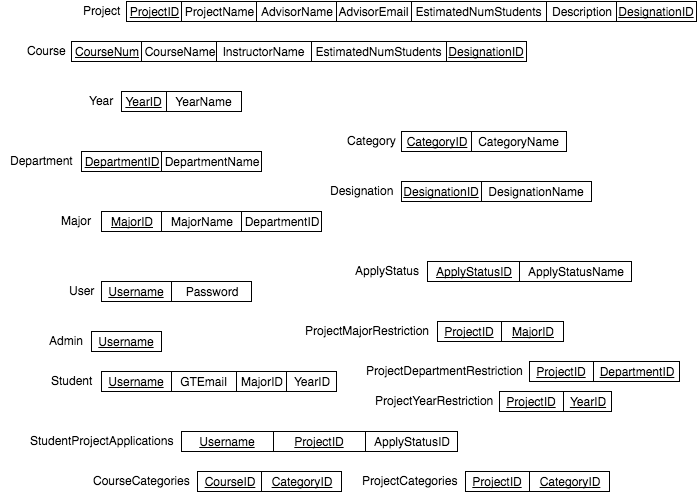
Earlier version of the draw.io export phase2/RelationalSchemaDiagram.png (lusean/CS4400-Project). Source tidied: cells renumbered, new cells last; positions are measured from the earlier drawing's top-left corner, leaving out a move shared by most shapes.
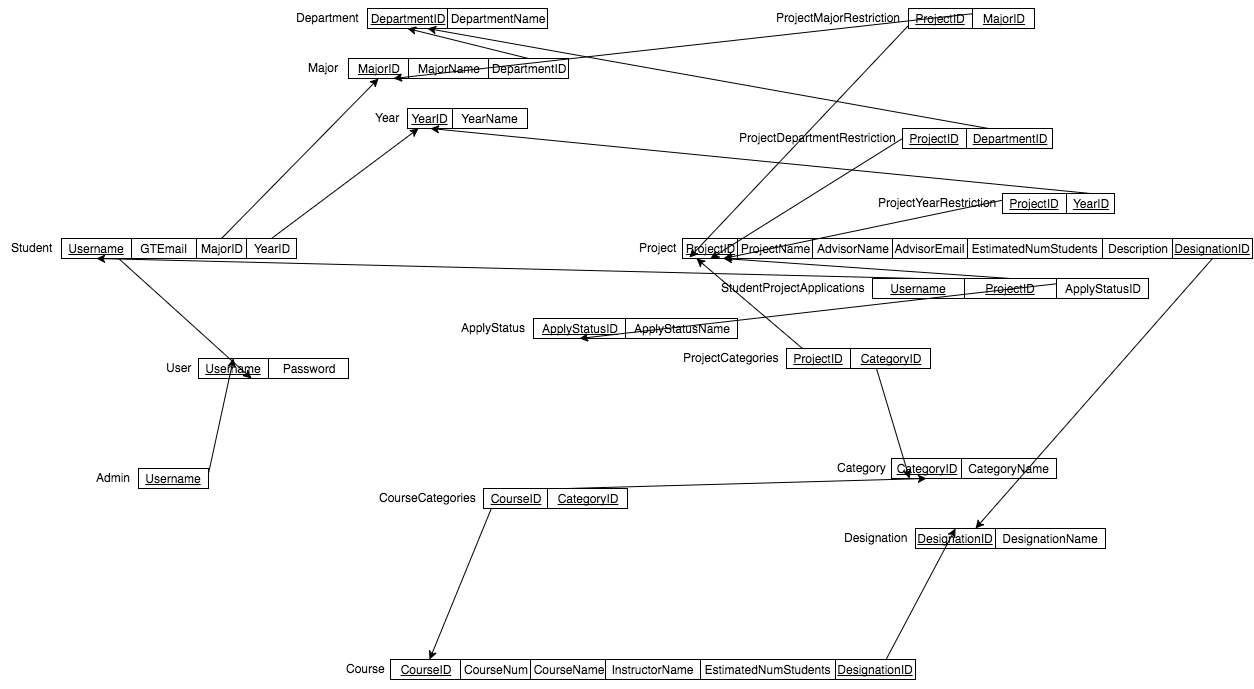
After the change.

Commit message:
update relational schema diagram with CourseID, add arrows

What changed in the source:
```diff
@@ -3,52 +3,64 @@
     <mxCell id="0" style="html=1;" />
     <mxCell id="1" style="html=1;" parent="0" />
     <mxCell id="2" value="DepartmentID" style="whiteSpace=wrap;html=1;fontStyle=4;" parent="1" vertex="1">
-      <mxGeometry x="80" y="150" width="80" height="20" as="geometry" />
+      <mxGeometry x="80" y="-10" width="80" height="20" as="geometry" />
     </mxCell>
     <mxCell id="3" value="DepartmentName" style="whiteSpace=wrap;html=1;" parent="1" vertex="1">
-      <mxGeometry x="160" y="150" width="100" height="20" as="geometry" />
+      <mxGeometry x="160" y="-10" width="100" height="20" as="geometry" />
     </mxCell>
     <mxCell id="4" value="Department" style="text;html=1;align=center;verticalAlign=top;spacingTop=-4;" parent="1" vertex="1">
-      <mxGeometry y="150" width="80" height="20" as="geometry" />
+      <mxGeometry y="-10" width="80" height="20" as="geometry" />
     </mxCell>
     <mxCell id="5" value="MajorID" style="whiteSpace=wrap;html=1;fontStyle=4;" parent="1" vertex="1">
-      <mxGeometry x="100" y="210" width="60" height="20" as="geometry" />
+      <mxGeometry x="61" y="40" width="60" height="20" as="geometry" />
     </mxCell>
     <mxCell id="6" value="MajorName" style="whiteSpace=wrap;html=1;" parent="1" vertex="1">
-      <mxGeometry x="160" y="210" width="80" height="20" as="geometry" />
+      <mxGeometry x="121" y="40" width="80" height="20" as="geometry" />
     </mxCell>
     <mxCell id="7" value="Major" style="text;html=1;align=center;verticalAlign=top;spacingTop=-4;" parent="1" vertex="1">
-      <mxGeometry x="50" y="210" width="50" height="20" as="geometry" />
+      <mxGeometry x="11" y="40" width="50" height="20" as="geometry" />
     </mxCell>
+    <mxCell id="66" style="edgeStyle=none;rounded=0;comic=0;html=1;exitX=0.5;exitY=0;entryX=0.5;entryY=1;shadow=0;startFill=0;endFill=1;jettySize=auto;fontSize=20;fontColor=#666666;" parent="1" edge="1" source="8" target="2">
+      <mxGeometry relative="1" as="geometry" />
+    </mxCell>
     <mxCell id="8" value="DepartmentID" style="whiteSpace=wrap;html=1;" parent="1" vertex="1">
-      <mxGeometry x="240" y="210" width="80" height="20" as="geometry" />
+      <mxGeometry x="201" y="40" width="80" height="20" as="geometry" />
     </mxCell>
     <mxCell id="9" value="Username" style="whiteSpace=wrap;html=1;fontStyle=4;" parent="1" vertex="1">
-      <mxGeometry x="100" y="280" width="70" height="20" as="geometry" />
+      <mxGeometry x="-89" y="340" width="70" height="20" as="geometry" />
     </mxCell>
     <mxCell id="10" value="Password" style="whiteSpace=wrap;html=1;" parent="1" vertex="1">
-      <mxGeometry x="170" y="280" width="80" height="20" as="geometry" />
+      <mxGeometry x="-19" y="340" width="80" height="20" as="geometry" />
     </mxCell>
     <mxCell id="11" value="User" style="text;html=1;align=center;verticalAlign=top;spacingTop=-4;" parent="1" vertex="1">
-      <mxGeometry x="60" y="280" width="40" height="20" as="geometry" />
+      <mxGeometry x="-129" y="340" width="40" height="20" as="geometry" />
     </mxCell>
+    <mxCell id="67" style="edgeStyle=none;rounded=0;comic=0;html=1;exitX=1;exitY=0.25;entryX=0.5;entryY=0;shadow=0;startFill=0;endFill=1;jettySize=auto;fontSize=20;fontColor=#666666;" parent="1" edge="1" source="12" target="9">
+      <mxGeometry relative="1" as="geometry" />
+    </mxCell>
     <mxCell id="12" value="Username" style="whiteSpace=wrap;html=1;fontStyle=4;" parent="1" vertex="1">
-      <mxGeometry x="90" y="330" width="70" height="20" as="geometry" />
+      <mxGeometry x="-149" y="450" width="70" height="20" as="geometry" />
     </mxCell>
     <mxCell id="13" value="Admin" style="text;html=1;align=center;verticalAlign=top;spacingTop=-4;" parent="1" vertex="1">
-      <mxGeometry x="40" y="330" width="50" height="20" as="geometry" />
+      <mxGeometry x="-199" y="450" width="50" height="20" as="geometry" />
     </mxCell>
+    <mxCell id="68" style="edgeStyle=none;rounded=0;comic=0;html=1;exitX=0.5;exitY=0;entryX=0.75;entryY=1;shadow=0;startFill=0;endFill=1;jettySize=auto;fontSize=20;fontColor=#666666;" parent="1" edge="1" source="14" target="9">
+      <mxGeometry relative="1" as="geometry" />
+    </mxCell>
     <mxCell id="14" value="Username" style="whiteSpace=wrap;html=1;fontStyle=4;" parent="1" vertex="1">
-      <mxGeometry x="100" y="370" width="70" height="20" as="geometry" />
+      <mxGeometry x="-226" y="220" width="70" height="20" as="geometry" />
     </mxCell>
     <mxCell id="15" value="Student" style="text;html=1;align=center;verticalAlign=top;spacingTop=-4;" parent="1" vertex="1">
-      <mxGeometry x="40" y="370" width="60" height="20" as="geometry" />
+      <mxGeometry x="-286" y="220" width="60" height="20" as="geometry" />
     </mxCell>
     <mxCell id="16" value="GTEmail" style="whiteSpace=wrap;html=1;" parent="1" vertex="1">
-      <mxGeometry x="170" y="370" width="65" height="20" as="geometry" />
+      <mxGeometry x="-156" y="220" width="65" height="20" as="geometry" />
     </mxCell>
+    <mxCell id="69" style="edgeStyle=none;rounded=0;comic=0;html=1;exitX=0.5;exitY=0;entryX=0.5;entryY=1;shadow=0;startFill=0;endFill=1;jettySize=auto;fontSize=20;fontColor=#666666;" parent="1" edge="1" source="17" target="5">
+      <mxGeometry relative="1" as="geometry" />
+    </mxCell>
     <mxCell id="17" value="MajorID" style="whiteSpace=wrap;html=1;" parent="1" vertex="1">
-      <mxGeometry x="235" y="370" width="50" height="20" as="geometry" />
+      <mxGeometry x="-91" y="220" width="50" height="20" as="geometry" />
     </mxCell>
     <mxCell id="18" style="edgeStyle=none;shape=link;rounded=0;comic=0;html=1;exitX=0.5;exitY=0;entryX=0.5;entryY=0;shadow=0;startArrow=classic;startFill=1;endArrow=none;endFill=0;jettySize=auto;orthogonalLoop=1;strokeColor=#000000;fontSize=20;fontColor=#666666;" parent="1" edge="1" source="17" target="17">
       <mxGeometry relative="1" as="geometry" />
@@ -62,137 +74,188 @@
     <mxCell id="21" value="Year" style="text;html=1;align=center;verticalAlign=top;spacingTop=-4;" parent="1" vertex="1">
       <mxGeometry x="80" y="90" width="40" height="20" as="geometry" />
     </mxCell>
+    <mxCell id="70" style="edgeStyle=none;rounded=0;comic=0;html=1;exitX=0.5;exitY=0;entryX=0.25;entryY=1;shadow=0;startFill=0;endFill=1;jettySize=auto;fontSize=20;fontColor=#666666;" parent="1" edge="1" source="22" target="19">
+      <mxGeometry relative="1" as="geometry" />
+    </mxCell>
     <mxCell id="22" value="YearID" style="whiteSpace=wrap;html=1;" parent="1" vertex="1">
-      <mxGeometry x="285" y="370" width="50" height="20" as="geometry" />
+      <mxGeometry x="-41" y="220" width="50" height="20" as="geometry" />
     </mxCell>
     <mxCell id="23" value="ProjectID" style="whiteSpace=wrap;html=1;fontStyle=4;" parent="1" vertex="1">
-      <mxGeometry x="125" width="55" height="20" as="geometry" />
+      <mxGeometry x="395" y="220" width="55" height="20" as="geometry" />
     </mxCell>
     <mxCell id="24" value="ProjectName" style="whiteSpace=wrap;html=1;" parent="1" vertex="1">
-      <mxGeometry x="180" width="75" height="20" as="geometry" />
+      <mxGeometry x="450" y="220" width="75" height="20" as="geometry" />
     </mxCell>
     <mxCell id="25" value="Project" style="text;html=1;align=center;verticalAlign=top;spacingTop=-4;" parent="1" vertex="1">
-      <mxGeometry x="75" width="50" height="20" as="geometry" />
+      <mxGeometry x="345" y="220" width="50" height="20" as="geometry" />
     </mxCell>
     <mxCell id="26" value="AdvisorName" style="whiteSpace=wrap;html=1;" parent="1" vertex="1">
-      <mxGeometry x="255" width="80" height="20" as="geometry" />
+      <mxGeometry x="525" y="220" width="80" height="20" as="geometry" />
     </mxCell>
     <mxCell id="27" value="AdvisorEmail" style="whiteSpace=wrap;html=1;" parent="1" vertex="1">
-      <mxGeometry x="335" width="75" height="20" as="geometry" />
+      <mxGeometry x="605" y="220" width="75" height="20" as="geometry" />
     </mxCell>
     <mxCell id="28" value="EstimatedNumStudents" style="whiteSpace=wrap;html=1;" parent="1" vertex="1">
-      <mxGeometry x="410" width="135" height="20" as="geometry" />
+      <mxGeometry x="680" y="220" width="135" height="20" as="geometry" />
     </mxCell>
     <mxCell id="29" value="Description" style="whiteSpace=wrap;html=1;" parent="1" vertex="1">
-      <mxGeometry x="545" width="70" height="20" as="geometry" />
+      <mxGeometry x="815" y="220" width="70" height="20" as="geometry" />
     </mxCell>
-    <mxCell id="30" value="CourseNum" style="whiteSpace=wrap;html=1;fontStyle=4;" parent="1" vertex="1">
-      <mxGeometry x="70" y="40" width="70" height="20" as="geometry" />
+    <mxCell id="30" value="CourseNum" style="whiteSpace=wrap;html=1;fontStyle=0;" parent="1" vertex="1">
+      <mxGeometry x="173" y="641" width="70" height="20" as="geometry" />
     </mxCell>
     <mxCell id="31" value="CourseName" style="whiteSpace=wrap;html=1;" parent="1" vertex="1">
-      <mxGeometry x="140" y="40" width="75" height="20" as="geometry" />
+      <mxGeometry x="243" y="641" width="75" height="20" as="geometry" />
     </mxCell>
     <mxCell id="32" value="Course" style="text;html=1;align=center;verticalAlign=top;spacingTop=-4;" parent="1" vertex="1">
-      <mxGeometry x="20" y="40" width="50" height="20" as="geometry" />
+      <mxGeometry x="53" y="641" width="50" height="20" as="geometry" />
     </mxCell>
     <mxCell id="33" value="InstructorName" style="whiteSpace=wrap;html=1;" parent="1" vertex="1">
-      <mxGeometry x="215" y="40" width="95" height="20" as="geometry" />
+      <mxGeometry x="318" y="641" width="95" height="20" as="geometry" />
     </mxCell>
     <mxCell id="34" value="EstimatedNumStudents" style="whiteSpace=wrap;html=1;" parent="1" vertex="1">
-      <mxGeometry x="310" y="40" width="135" height="20" as="geometry" />
+      <mxGeometry x="413" y="641" width="135" height="20" as="geometry" />
     </mxCell>
     <mxCell id="35" value="CategoryID" style="whiteSpace=wrap;html=1;fontStyle=4;" parent="1" vertex="1">
-      <mxGeometry x="400" y="130" width="70" height="20" as="geometry" />
+      <mxGeometry x="604" y="440" width="70" height="20" as="geometry" />
     </mxCell>
     <mxCell id="36" value="CategoryName" style="whiteSpace=wrap;html=1;" parent="1" vertex="1">
-      <mxGeometry x="470" y="130" width="95" height="20" as="geometry" />
+      <mxGeometry x="674" y="440" width="95" height="20" as="geometry" />
     </mxCell>
     <mxCell id="37" value="Category" style="text;html=1;align=center;verticalAlign=top;spacingTop=-4;" parent="1" vertex="1">
-      <mxGeometry x="340" y="130" width="60" height="20" as="geometry" />
+      <mxGeometry x="544" y="440" width="60" height="20" as="geometry" />
     </mxCell>
     <mxCell id="38" style="edgeStyle=none;shape=link;rounded=0;comic=0;html=1;exitX=0.25;exitY=1;entryX=0.25;entryY=1;shadow=0;startArrow=classic;startFill=1;endArrow=none;endFill=0;jettySize=auto;orthogonalLoop=1;strokeColor=#000000;fontSize=20;fontColor=#666666;" parent="1" edge="1" source="2" target="2">
       <mxGeometry relative="1" as="geometry" />
     </mxCell>
     <mxCell id="39" value="DesignationID" style="whiteSpace=wrap;html=1;fontStyle=4;" parent="1" vertex="1">
-      <mxGeometry x="400" y="180" width="80" height="20" as="geometry" />
+      <mxGeometry x="628" y="510" width="80" height="20" as="geometry" />
     </mxCell>
     <mxCell id="40" value="DesignationName" style="whiteSpace=wrap;html=1;" parent="1" vertex="1">
-      <mxGeometry x="480" y="180" width="110" height="20" as="geometry" />
+      <mxGeometry x="708" y="510" width="110" height="20" as="geometry" />
     </mxCell>
     <mxCell id="41" value="Designation" style="text;html=1;align=center;verticalAlign=top;spacingTop=-4;" parent="1" vertex="1">
-      <mxGeometry x="320" y="180" width="80" height="20" as="geometry" />
+      <mxGeometry x="548" y="510" width="80" height="20" as="geometry" />
     </mxCell>
     <mxCell id="42" value="ApplyStatusID" style="whiteSpace=wrap;html=1;fontStyle=4;" parent="1" vertex="1">
-      <mxGeometry x="426" y="260" width="92" height="20" as="geometry" />
+      <mxGeometry x="246" y="300" width="92" height="20" as="geometry" />
     </mxCell>
     <mxCell id="43" value="ApplyStatusName" style="whiteSpace=wrap;html=1;" parent="1" vertex="1">
-      <mxGeometry x="518" y="260" width="112" height="20" as="geometry" />
+      <mxGeometry x="338" y="300" width="112" height="20" as="geometry" />
     </mxCell>
     <mxCell id="44" value="ApplyStatus" style="text;html=1;align=center;verticalAlign=top;spacingTop=-4;" parent="1" vertex="1">
-      <mxGeometry x="346" y="260" width="80" height="20" as="geometry" />
+      <mxGeometry x="166" y="300" width="80" height="20" as="geometry" />
     </mxCell>
+    <mxCell id="71" style="edgeStyle=none;rounded=0;comic=0;html=1;exitX=0.5;exitY=0;entryX=0.5;entryY=1;shadow=0;startFill=0;endFill=1;jettySize=auto;fontSize=20;fontColor=#666666;" parent="1" edge="1" source="45" target="14">
+      <mxGeometry relative="1" as="geometry" />
+    </mxCell>
     <mxCell id="45" value="Username" style="whiteSpace=wrap;html=1;fontStyle=4;" parent="1" vertex="1">
-      <mxGeometry x="180" y="430" width="92" height="20" as="geometry" />
+      <mxGeometry x="585" y="260" width="92" height="20" as="geometry" />
     </mxCell>
     <mxCell id="46" value="StudentProjectApplications" style="text;html=1;align=center;verticalAlign=top;spacingTop=-4;" parent="1" vertex="1">
-      <mxGeometry x="20" y="430" width="160" height="20" as="geometry" />
+      <mxGeometry x="425" y="260" width="160" height="20" as="geometry" />
     </mxCell>
+    <mxCell id="72" style="edgeStyle=none;rounded=0;comic=0;html=1;exitX=0.5;exitY=0;entryX=0.75;entryY=1;shadow=0;startFill=0;endFill=1;jettySize=auto;fontSize=20;fontColor=#666666;" parent="1" edge="1" source="47" target="23">
+      <mxGeometry relative="1" as="geometry" />
+    </mxCell>
     <mxCell id="47" value="ProjectID" style="whiteSpace=wrap;html=1;fontStyle=4;" parent="1" vertex="1">
-      <mxGeometry x="272" y="430" width="92" height="20" as="geometry" />
+      <mxGeometry x="677" y="260" width="92" height="20" as="geometry" />
     </mxCell>
+    <mxCell id="73" style="edgeStyle=none;rounded=0;comic=0;html=1;exitX=0.5;exitY=0;entryX=0.5;entryY=1;shadow=0;startFill=0;endFill=1;jettySize=auto;fontSize=20;fontColor=#666666;" parent="1" edge="1" source="48" target="42">
+      <mxGeometry relative="1" as="geometry" />
+    </mxCell>
     <mxCell id="48" value="ApplyStatusID" style="whiteSpace=wrap;html=1;fontStyle=0;" parent="1" vertex="1">
-      <mxGeometry x="364" y="430" width="92" height="20" as="geometry" />
+      <mxGeometry x="769" y="260" width="92" height="20" as="geometry" />
     </mxCell>
+    <mxCell id="74" style="edgeStyle=none;rounded=0;comic=0;html=1;exitX=0.25;exitY=0;entryX=0.127;entryY=0.95;entryPerimeter=0;shadow=0;startFill=0;endFill=1;jettySize=auto;fontSize=20;fontColor=#666666;" parent="1" edge="1" source="49" target="23">
+      <mxGeometry relative="1" as="geometry" />
+    </mxCell>
     <mxCell id="49" value="ProjectID" style="whiteSpace=wrap;html=1;fontStyle=4;" parent="1" vertex="1">
-      <mxGeometry x="436" y="320" width="64" height="20" as="geometry" />
+      <mxGeometry x="621" y="-10" width="64" height="20" as="geometry" />
     </mxCell>
+    <mxCell id="75" style="edgeStyle=none;rounded=0;comic=0;html=1;exitX=0.75;exitY=0;entryX=0.75;entryY=1;shadow=0;startFill=0;endFill=1;jettySize=auto;fontSize=20;fontColor=#666666;" parent="1" edge="1" source="50" target="5">
+      <mxGeometry relative="1" as="geometry" />
+    </mxCell>
     <mxCell id="50" value="MajorID" style="whiteSpace=wrap;html=1;fontStyle=4;" parent="1" vertex="1">
-      <mxGeometry x="500" y="320" width="62" height="20" as="geometry" />
+      <mxGeometry x="685" y="-10" width="62" height="20" as="geometry" />
     </mxCell>
     <mxCell id="51" value="ProjectMajorRestriction" style="text;html=1;align=center;verticalAlign=top;spacingTop=-4;" parent="1" vertex="1">
-      <mxGeometry x="296" y="320" width="140" height="20" as="geometry" />
+      <mxGeometry x="481" y="-10" width="140" height="20" as="geometry" />
     </mxCell>
+    <mxCell id="76" style="edgeStyle=none;rounded=0;comic=0;html=1;exitX=0.25;exitY=0;entryX=0.5;entryY=1;shadow=0;startFill=0;endFill=1;jettySize=auto;fontSize=20;fontColor=#666666;" parent="1" edge="1" source="52" target="23">
+      <mxGeometry relative="1" as="geometry" />
+    </mxCell>
     <mxCell id="52" value="ProjectID" style="whiteSpace=wrap;html=1;fontStyle=4;" parent="1" vertex="1">
-      <mxGeometry x="528" y="360" width="64" height="20" as="geometry" />
+      <mxGeometry x="615" y="110" width="64" height="20" as="geometry" />
     </mxCell>
+    <mxCell id="77" style="edgeStyle=none;rounded=0;comic=0;html=1;exitX=0.25;exitY=0;entryX=0.75;entryY=1;shadow=0;startArrow=none;startFill=0;endArrow=classic;endFill=1;jettySize=auto;fontSize=20;fontColor=#666666;" parent="1" edge="1" source="53" target="2">
+      <mxGeometry relative="1" as="geometry" />
+    </mxCell>
     <mxCell id="53" value="DepartmentID" style="whiteSpace=wrap;html=1;fontStyle=4;" parent="1" vertex="1">
-      <mxGeometry x="592" y="360" width="86" height="20" as="geometry" />
+      <mxGeometry x="679" y="110" width="86" height="20" as="geometry" />
     </mxCell>
     <mxCell id="54" value="ProjectDepartmentRestriction" style="text;html=1;align=center;verticalAlign=top;spacingTop=-4;" parent="1" vertex="1">
-      <mxGeometry x="358" y="360" width="170" height="20" as="geometry" />
+      <mxGeometry x="445" y="110" width="170" height="20" as="geometry" />
     </mxCell>
+    <mxCell id="78" style="edgeStyle=none;rounded=0;comic=0;html=1;exitX=0.5;exitY=1;entryX=0.75;entryY=0;shadow=0;startFill=0;endFill=1;jettySize=auto;fontSize=20;fontColor=#666666;" parent="1" edge="1" source="55" target="39">
+      <mxGeometry relative="1" as="geometry" />
+    </mxCell>
     <mxCell id="55" value="DesignationID" style="whiteSpace=wrap;html=1;fontStyle=4;" parent="1" vertex="1">
-      <mxGeometry x="615" width="80" height="20" as="geometry" />
+      <mxGeometry x="885" y="220" width="80" height="20" as="geometry" />
     </mxCell>
+    <mxCell id="79" style="edgeStyle=none;rounded=0;comic=0;html=1;exitX=0.5;exitY=1;entryX=0.5;entryY=0;shadow=0;startFill=0;endFill=1;jettySize=auto;fontSize=20;fontColor=#666666;" parent="1" edge="1" source="56" target="39">
+      <mxGeometry relative="1" as="geometry" />
+    </mxCell>
     <mxCell id="56" value="DesignationID" style="whiteSpace=wrap;html=1;fontStyle=4;" parent="1" vertex="1">
-      <mxGeometry x="445" y="40" width="80" height="20" as="geometry" />
+      <mxGeometry x="548" y="641" width="80" height="20" as="geometry" />
     </mxCell>
+    <mxCell id="80" style="edgeStyle=none;rounded=0;comic=0;html=1;exitX=0.25;exitY=0;shadow=0;startFill=0;endFill=1;jettySize=auto;fontSize=20;fontColor=#666666;" parent="1" edge="1" source="57" target="86">
+      <mxGeometry relative="1" as="geometry" />
+    </mxCell>
     <mxCell id="57" value="CourseID" style="whiteSpace=wrap;html=1;fontStyle=4;" parent="1" vertex="1">
       <mxGeometry x="196" y="470" width="64" height="20" as="geometry" />
     </mxCell>
+    <mxCell id="81" style="edgeStyle=none;rounded=0;comic=0;html=1;exitX=0.25;exitY=0;entryX=0.5;entryY=1;shadow=0;startFill=0;endFill=1;jettySize=auto;fontSize=20;fontColor=#666666;" parent="1" edge="1" source="58" target="35">
+      <mxGeometry relative="1" as="geometry" />
+    </mxCell>
     <mxCell id="58" value="CategoryID" style="whiteSpace=wrap;html=1;fontStyle=4;" parent="1" vertex="1">
       <mxGeometry x="260" y="470" width="80" height="20" as="geometry" />
     </mxCell>
     <mxCell id="59" value="CourseCategories" style="text;html=1;align=center;verticalAlign=top;spacingTop=-4;" parent="1" vertex="1">
       <mxGeometry x="85" y="470" width="110" height="20" as="geometry" />
     </mxCell>
+    <mxCell id="82" style="edgeStyle=none;rounded=0;comic=0;html=1;exitX=0.25;exitY=0;entryX=0.25;entryY=1;shadow=0;startFill=0;endFill=1;jettySize=auto;fontSize=20;fontColor=#666666;" parent="1" edge="1" source="60" target="23">
+      <mxGeometry relative="1" as="geometry" />
+    </mxCell>
     <mxCell id="60" value="ProjectID" style="whiteSpace=wrap;html=1;fontStyle=4;" parent="1" vertex="1">
-      <mxGeometry x="464" y="470" width="64" height="20" as="geometry" />
+      <mxGeometry x="499" y="330" width="64" height="20" as="geometry" />
     </mxCell>
+    <mxCell id="83" style="edgeStyle=none;rounded=0;comic=0;html=1;exitX=0.25;exitY=0;entryX=0.25;entryY=1;shadow=0;startFill=0;endFill=1;jettySize=auto;fontSize=20;fontColor=#666666;" parent="1" edge="1" source="61" target="35">
+      <mxGeometry relative="1" as="geometry" />
+    </mxCell>
     <mxCell id="61" value="CategoryID" style="whiteSpace=wrap;html=1;fontStyle=4;" parent="1" vertex="1">
-      <mxGeometry x="528" y="470" width="80" height="20" as="geometry" />
+      <mxGeometry x="563" y="330" width="80" height="20" as="geometry" />
     </mxCell>
     <mxCell id="62" value="ProjectCategories" style="text;html=1;align=center;verticalAlign=top;spacingTop=-4;" parent="1" vertex="1">
-      <mxGeometry x="353" y="470" width="110" height="20" as="geometry" />
+      <mxGeometry x="388" y="330" width="110" height="20" as="geometry" />
     </mxCell>
+    <mxCell id="84" style="edgeStyle=none;rounded=0;comic=0;html=1;exitX=0.5;exitY=0;entryX=0.75;entryY=1;shadow=0;startFill=0;endFill=1;jettySize=auto;fontSize=20;fontColor=#666666;" parent="1" edge="1" source="63" target="23">
+      <mxGeometry relative="1" as="geometry" />
+    </mxCell>
     <mxCell id="63" value="ProjectID" style="whiteSpace=wrap;html=1;fontStyle=4;" parent="1" vertex="1">
-      <mxGeometry x="498" y="390" width="64" height="20" as="geometry" />
+      <mxGeometry x="715" y="175" width="64" height="20" as="geometry" />
     </mxCell>
+    <mxCell id="85" style="edgeStyle=none;rounded=0;comic=0;html=1;exitX=0.5;exitY=0;entryX=0.5;entryY=1;shadow=0;startFill=0;endFill=1;jettySize=auto;fontSize=20;fontColor=#666666;" parent="1" edge="1" source="64" target="19">
+      <mxGeometry relative="1" as="geometry" />
+    </mxCell>
     <mxCell id="64" value="YearID" style="whiteSpace=wrap;html=1;fontStyle=4;" parent="1" vertex="1">
-      <mxGeometry x="562" y="390" width="48" height="20" as="geometry" />
+      <mxGeometry x="779" y="175" width="48" height="20" as="geometry" />
     </mxCell>
     <mxCell id="65" value="ProjectYearRestriction" style="text;html=1;align=center;verticalAlign=top;spacingTop=-4;" parent="1" vertex="1">
-      <mxGeometry x="368" y="390" width="130" height="20" as="geometry" />
+      <mxGeometry x="585" y="175" width="130" height="20" as="geometry" />
     </mxCell>
+    <mxCell id="86" value="CourseID" style="whiteSpace=wrap;html=1;fontStyle=4;" parent="1" vertex="1">
+      <mxGeometry x="103" y="641" width="70" height="20" as="geometry" />
+    </mxCell>
   </root>
 </mxGraphModel>
```
